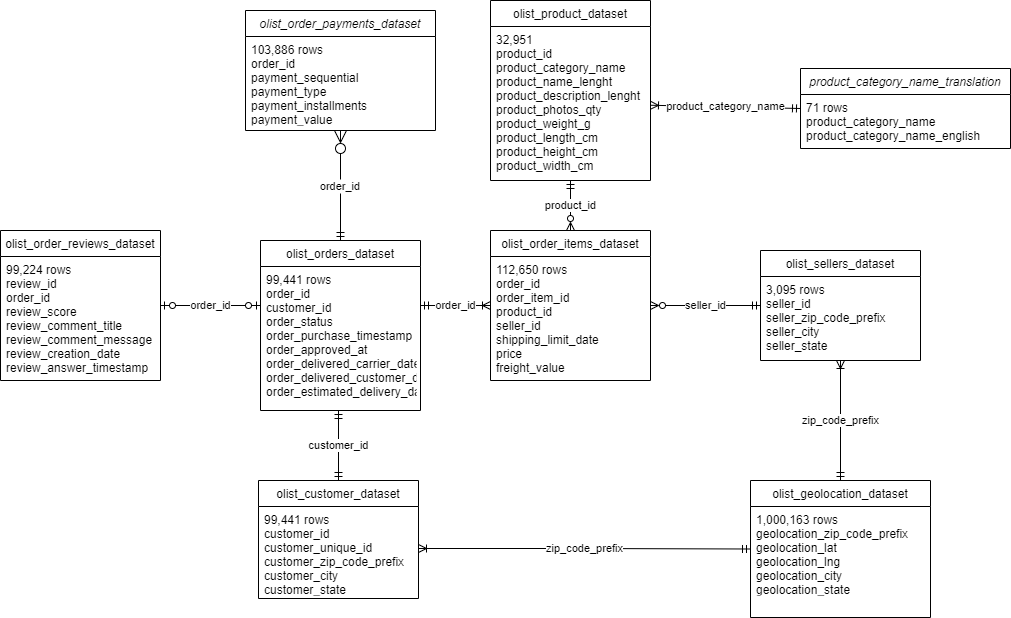
Before: image/er.png, a diagram exported from draw.io (csanry/dsb). Source tidied: cells renumbered, new cells last; positions are measured from the earlier drawing's top-left corner, leaving out a move shared by most shapes.
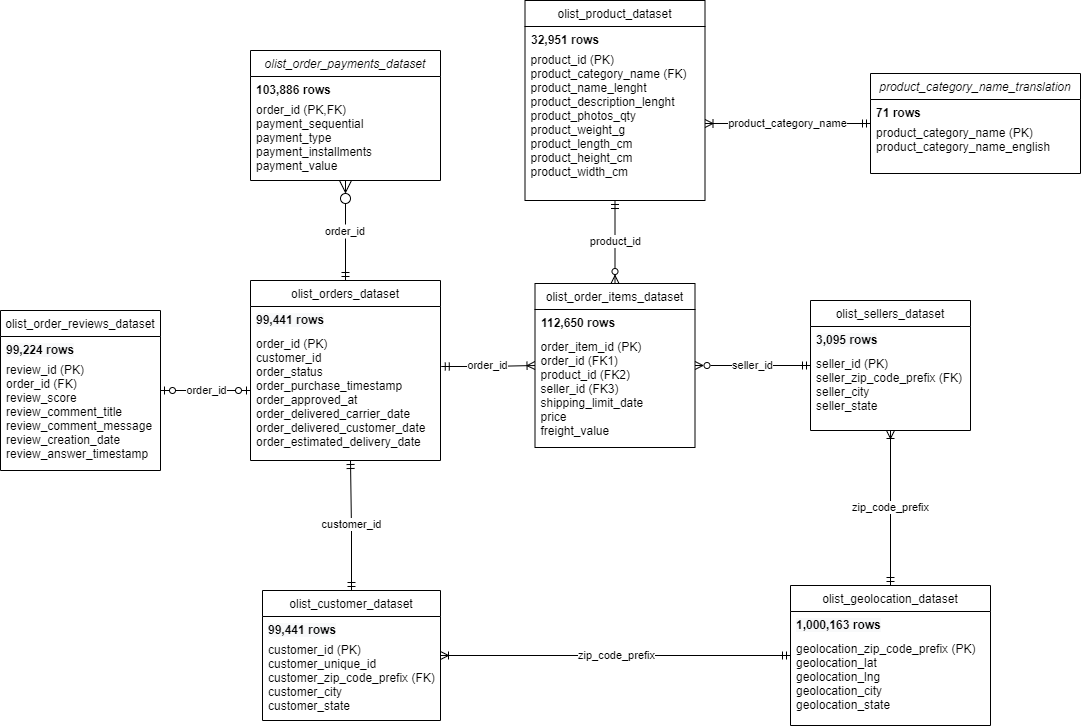
The same file after the commit.

Commit message:
add proposal and update er diagram

The edit, as a diff of the source:
```diff
@@ -3,16 +3,22 @@
     <mxCell id="0" />
     <mxCell id="1" parent="0" />
     <mxCell id="2" value="olist_order_payments_dataset" style="swimlane;fontStyle=2;align=center;verticalAlign=top;horizontal=1;startSize=26;rounded=0;shadow=0;strokeWidth=1;" parent="1" vertex="1">
-      <mxGeometry x="245" y="10" width="190" height="120" as="geometry" />
+      <mxGeometry x="260" y="10" width="190" height="130" as="geometry" />
     </mxCell>
+    <mxCell id="30" value="103,886 rows" style="text;whiteSpace=wrap;html=1;spacingLeft=4;spacingRight=4;fontStyle=1;" parent="2" vertex="1">
+      <mxGeometry y="26" width="190" height="20" as="geometry" />
+    </mxCell>
-    <mxCell id="3" value="103,886 rows&#10;order_id&#10;payment_sequential&#10;payment_type&#10;payment_installments&#10;payment_value&#10; " style="text;align=left;verticalAlign=top;spacingLeft=4;spacingRight=4;overflow=hidden;fontStyle=0;" parent="2" vertex="1">
-      <mxGeometry y="26" width="190" height="84" as="geometry" />
+    <mxCell id="3" value="order_id (PK,FK)&#10;payment_sequential&#10;payment_type&#10;payment_installments&#10;payment_value&#10; " style="text;align=left;verticalAlign=top;spacingLeft=4;spacingRight=4;overflow=hidden;fontStyle=0;" parent="2" vertex="1">
+      <mxGeometry y="46" width="190" height="84" as="geometry" />
     </mxCell>
     <mxCell id="4" value="olist_orders_dataset" style="swimlane;fontStyle=0;align=center;verticalAlign=top;horizontal=1;startSize=26;rounded=0;shadow=0;strokeWidth=1;" parent="1" vertex="1">
-      <mxGeometry x="260" y="240" width="160" height="170" as="geometry" />
+      <mxGeometry x="260" y="240" width="190" height="180" as="geometry" />
     </mxCell>
+    <mxCell id="31" value="&lt;span style=&quot;color: rgb(0, 0, 0); font-family: Helvetica; font-size: 12px; font-style: normal; font-variant-ligatures: normal; font-variant-caps: normal; letter-spacing: normal; orphans: 2; text-align: left; text-indent: 0px; text-transform: none; widows: 2; word-spacing: 0px; -webkit-text-stroke-width: 0px; background-color: rgb(248, 249, 250); text-decoration-thickness: initial; text-decoration-style: initial; text-decoration-color: initial; float: none; display: inline !important;&quot;&gt;99,441 rows&lt;/span&gt;" style="text;whiteSpace=wrap;html=1;fontStyle=1;spacingLeft=4;spacingRight=4;" parent="4" vertex="1">
+      <mxGeometry y="26" width="190" height="24" as="geometry" />
+    </mxCell>
-    <mxCell id="5" value="99,441 rows&#10;order_id&#10;customer_id&#10;order_status&#10;order_purchase_timestamp&#10;order_approved_at&#10;order_delivered_carrier_date&#10;order_delivered_customer_date&#10;order_estimated_delivery_date&#10; " style="text;align=left;verticalAlign=top;spacingLeft=4;spacingRight=4;overflow=hidden;points=[[0,0.5],[1,0.5]];portConstraint=eastwest;" parent="4" vertex="1">
-      <mxGeometry y="26" width="160" height="144" as="geometry" />
+    <mxCell id="5" value="order_id (PK)&#10;customer_id&#10;order_status&#10;order_purchase_timestamp&#10;order_approved_at&#10;order_delivered_carrier_date&#10;order_delivered_customer_date&#10;order_estimated_delivery_date&#10; " style="text;align=left;verticalAlign=top;spacingLeft=4;spacingRight=4;overflow=hidden;points=[[0,0.5],[1,0.5]];portConstraint=eastwest;" parent="4" vertex="1">
+      <mxGeometry y="50" width="190" height="120" as="geometry" />
     </mxCell>
     <mxCell id="6" value="order_id" style="endArrow=ERzeroToMany;endSize=10;endFill=0;shadow=0;strokeWidth=1;rounded=0;edgeStyle=elbowEdgeStyle;elbow=vertical;startArrow=ERmandOne;startFill=0;" parent="1" edge="1" source="4" target="2">
       <mxGeometry relative="1" as="geometry" />
@@ -21,76 +27,95 @@
       <mxGeometry relative="1" as="geometry" />
     </mxCell>
     <mxCell id="8" value="olist_order_items_dataset" style="swimlane;fontStyle=0;align=center;verticalAlign=top;horizontal=1;startSize=26;rounded=0;shadow=0;strokeWidth=1;" parent="1" vertex="1">
-      <mxGeometry x="490" y="230" width="160" height="150" as="geometry" />
+      <mxGeometry x="544.5" y="243" width="160" height="164" as="geometry" />
     </mxCell>
+    <mxCell id="32" value="112,650 rows" style="text;whiteSpace=wrap;html=1;fontStyle=1;spacingLeft=4;spacingRight=4;" parent="8" vertex="1">
+      <mxGeometry y="26" width="160" height="24" as="geometry" />
+    </mxCell>
-    <mxCell id="9" value="112,650 rows&#10;order_id&#10;order_item_id&#10;product_id&#10;seller_id&#10;shipping_limit_date&#10;price&#10;freight_value&#10; " style="text;align=left;verticalAlign=top;spacingLeft=4;spacingRight=4;overflow=hidden;" parent="8" vertex="1">
-      <mxGeometry y="26" width="160" height="114" as="geometry" />
+    <mxCell id="9" value="order_item_id (PK)&#10;order_id (FK1)&#10;product_id (FK2)&#10;seller_id (FK3)&#10;shipping_limit_date&#10;price&#10;freight_value&#10; " style="text;align=left;verticalAlign=top;spacingLeft=4;spacingRight=4;overflow=hidden;" parent="8" vertex="1">
+      <mxGeometry y="50" width="160" height="114" as="geometry" />
     </mxCell>
     <mxCell id="10" value="product_id" style="edgeStyle=orthogonalEdgeStyle;rounded=0;jettySize=auto;html=1;entryX=0.5;entryY=0;entryDx=0;entryDy=0;startArrow=ERmandOne;startFill=0;endArrow=ERzeroToMany;endFill=0;" parent="1" edge="1" source="11" target="8">
       <mxGeometry relative="1" as="geometry" />
     </mxCell>
     <mxCell id="11" value="olist_product_dataset" style="swimlane;fontStyle=0;align=center;verticalAlign=top;horizontal=1;startSize=26;rounded=0;shadow=0;strokeWidth=1;" parent="1" vertex="1">
-      <mxGeometry x="490" width="160" height="180" as="geometry" />
+      <mxGeometry x="534.5" y="-40" width="180" height="200" as="geometry" />
     </mxCell>
+    <mxCell id="33" value="32,951&amp;nbsp;rows" style="text;whiteSpace=wrap;html=1;spacingLeft=4;spacingRight=4;fontStyle=1;" parent="11" vertex="1">
+      <mxGeometry y="26" width="180" height="20" as="geometry" />
+    </mxCell>
-    <mxCell id="12" value="32,951&#10;product_id&#10;product_category_name&#10;product_name_lenght&#10;product_description_lenght&#10;product_photos_qty&#10;product_weight_g&#10;product_length_cm&#10;product_height_cm&#10;product_width_cm&#10; " style="text;align=left;verticalAlign=top;spacingLeft=4;spacingRight=4;overflow=hidden;points=[[0,0.5],[1,0.5]];portConstraint=eastwest;rounded=0;shadow=0;html=0;" parent="11" vertex="1">
-      <mxGeometry y="26" width="160" height="154" as="geometry" />
+    <mxCell id="12" value="product_id (PK)&#10;product_category_name (FK)&#10;product_name_lenght&#10;product_description_lenght&#10;product_photos_qty&#10;product_weight_g&#10;product_length_cm&#10;product_height_cm&#10;product_width_cm&#10; " style="text;align=left;verticalAlign=top;spacingLeft=4;spacingRight=4;overflow=hidden;points=[[0,0.5],[1,0.5]];portConstraint=eastwest;rounded=0;shadow=0;html=0;" parent="11" vertex="1">
+      <mxGeometry y="46" width="180" height="154" as="geometry" />
     </mxCell>
     <mxCell id="13" value="zip_code_prefix" style="edgeStyle=orthogonalEdgeStyle;rounded=0;jettySize=auto;html=1;endArrow=ERmandOne;endFill=0;startArrow=ERoneToMany;startFill=0;" parent="1" edge="1" source="14" target="16">
       <mxGeometry relative="1" as="geometry" />
     </mxCell>
     <mxCell id="14" value="olist_sellers_dataset" style="swimlane;fontStyle=0;align=center;verticalAlign=top;horizontal=1;startSize=26;rounded=0;shadow=0;strokeWidth=1;" parent="1" vertex="1">
-      <mxGeometry x="760" y="250" width="160" height="110" as="geometry" />
+      <mxGeometry x="820" y="260" width="160" height="130" as="geometry" />
     </mxCell>
+    <mxCell id="34" value="&lt;span style=&quot;color: rgb(0, 0, 0); font-family: Helvetica; font-size: 12px; font-style: normal; font-variant-ligatures: normal; font-variant-caps: normal; letter-spacing: normal; orphans: 2; text-align: left; text-indent: 0px; text-transform: none; widows: 2; word-spacing: 0px; -webkit-text-stroke-width: 0px; background-color: rgb(248, 249, 250); text-decoration-thickness: initial; text-decoration-style: initial; text-decoration-color: initial; float: none; display: inline !important;&quot;&gt;3,095 rows&lt;/span&gt;" style="text;whiteSpace=wrap;html=1;fontStyle=1;spacingLeft=4;spacingRight=4;" parent="14" vertex="1">
+      <mxGeometry y="26" width="160" height="24" as="geometry" />
+    </mxCell>
-    <mxCell id="15" value="3,095 rows&#10;seller_id&#10;seller_zip_code_prefix&#10;seller_city&#10;seller_state&#10; " style="text;align=left;verticalAlign=top;spacingLeft=4;spacingRight=4;overflow=hidden;" parent="14" vertex="1">
-      <mxGeometry y="26" width="160" height="74" as="geometry" />
+    <mxCell id="15" value="seller_id (PK)&#10;seller_zip_code_prefix (FK)&#10;seller_city&#10;seller_state&#10; " style="text;align=left;verticalAlign=top;spacingLeft=4;spacingRight=4;overflow=hidden;" parent="14" vertex="1">
+      <mxGeometry y="50" width="160" height="74" as="geometry" />
     </mxCell>
     <mxCell id="16" value="olist_geolocation_dataset" style="swimlane;fontStyle=0;align=center;verticalAlign=top;horizontal=1;startSize=26;rounded=0;shadow=0;strokeWidth=1;" parent="1" vertex="1">
-      <mxGeometry x="750" y="480" width="180" height="137" as="geometry" />
+      <mxGeometry x="800" y="545" width="200" height="140" as="geometry" />
     </mxCell>
+    <mxCell id="35" value="&lt;span style=&quot;color: rgb(0, 0, 0); font-family: Helvetica; font-size: 12px; font-style: normal; font-variant-ligatures: normal; font-variant-caps: normal; letter-spacing: normal; orphans: 2; text-align: left; text-indent: 0px; text-transform: none; widows: 2; word-spacing: 0px; -webkit-text-stroke-width: 0px; background-color: rgb(248, 249, 250); text-decoration-thickness: initial; text-decoration-style: initial; text-decoration-color: initial; float: none; display: inline !important;&quot;&gt;1,000,163 rows&lt;/span&gt;" style="text;whiteSpace=wrap;html=1;fontSize=12;fontFamily=Helvetica;fontColor=default;fontStyle=1;spacingLeft=4;spacingRight=4;" parent="16" vertex="1">
+      <mxGeometry y="26" width="200" height="24" as="geometry" />
+    </mxCell>
-    <mxCell id="17" value="1,000,163 rows&#10;geolocation_zip_code_prefix&#10;geolocation_lat&#10;geolocation_lng&#10;geolocation_city&#10;geolocation_state&#10; " style="text;align=left;verticalAlign=top;spacingLeft=4;spacingRight=4;overflow=hidden;" parent="16" vertex="1">
-      <mxGeometry y="26" width="180" height="84" as="geometry" />
+    <mxCell id="17" value="geolocation_zip_code_prefix (PK)&#10;geolocation_lat&#10;geolocation_lng&#10;geolocation_city&#10;geolocation_state&#10; " style="text;align=left;verticalAlign=top;spacingLeft=4;spacingRight=4;overflow=hidden;" parent="16" vertex="1">
+      <mxGeometry y="50" width="200" height="84" as="geometry" />
     </mxCell>
     <mxCell id="18" value="customer_id" style="edgeStyle=orthogonalEdgeStyle;rounded=0;jettySize=auto;html=1;exitX=0.5;exitY=0;exitDx=0;exitDy=0;startArrow=ERmandOne;startFill=0;endArrow=ERmandOne;endFill=0;" parent="1" edge="1" source="19">
       <mxGeometry relative="1" as="geometry">
-        <mxPoint x="338" y="410" as="targetPoint" />
+        <mxPoint x="360" y="420" as="targetPoint" />
         <Array as="points">
-          <mxPoint x="338" y="450" />
+          <mxPoint x="361" y="490" />
+          <mxPoint x="360" y="490" />
+          <mxPoint x="360" y="420" />
         </Array>
       </mxGeometry>
     </mxCell>
     <mxCell id="19" value="olist_customer_dataset" style="swimlane;fontStyle=0;align=center;verticalAlign=top;horizontal=1;startSize=26;rounded=0;shadow=0;strokeWidth=1;" parent="1" vertex="1">
-      <mxGeometry x="258" y="480" width="160" height="118" as="geometry" />
+      <mxGeometry x="272" y="550" width="178" height="130" as="geometry" />
     </mxCell>
+    <mxCell id="36" value="&lt;span style=&quot;color: rgb(0, 0, 0); font-family: Helvetica; font-size: 12px; font-style: normal; font-variant-ligatures: normal; font-variant-caps: normal; letter-spacing: normal; orphans: 2; text-align: left; text-indent: 0px; text-transform: none; widows: 2; word-spacing: 0px; -webkit-text-stroke-width: 0px; background-color: rgb(248, 249, 250); text-decoration-thickness: initial; text-decoration-style: initial; text-decoration-color: initial; float: none; display: inline !important;&quot;&gt;99,441 rows&lt;/span&gt;" style="text;whiteSpace=wrap;html=1;spacingLeft=4;spacingRight=4;fontStyle=1;" parent="19" vertex="1">
+      <mxGeometry y="26" width="178" height="20" as="geometry" />
+    </mxCell>
-    <mxCell id="20" value="99,441 rows&#10;customer_id&#10;customer_unique_id&#10;customer_zip_code_prefix&#10;customer_city&#10;customer_state&#10; " style="text;align=left;verticalAlign=top;spacingLeft=4;spacingRight=4;overflow=hidden;points=[[0,0.5],[1,0.5]];portConstraint=eastwest;" parent="19" vertex="1">
-      <mxGeometry y="26" width="160" height="84" as="geometry" />
+    <mxCell id="20" value="customer_id (PK)&#10;customer_unique_id&#10;customer_zip_code_prefix (FK)&#10;customer_city&#10;customer_state&#10; " style="text;align=left;verticalAlign=top;spacingLeft=4;spacingRight=4;overflow=hidden;points=[[0,0.5],[1,0.5]];portConstraint=eastwest;" parent="19" vertex="1">
+      <mxGeometry y="46" width="178" height="84" as="geometry" />
     </mxCell>
     <mxCell id="21" value="olist_order_reviews_dataset" style="swimlane;fontStyle=0;align=center;verticalAlign=top;horizontal=1;startSize=26;rounded=0;shadow=0;strokeWidth=1;" parent="1" vertex="1">
-      <mxGeometry y="230" width="160" height="150" as="geometry" />
+      <mxGeometry x="10" y="270" width="160" height="160" as="geometry" />
     </mxCell>
+    <mxCell id="37" value="&lt;span style=&quot;color: rgb(0, 0, 0); font-family: Helvetica; font-size: 12px; font-style: normal; font-variant-ligatures: normal; font-variant-caps: normal; letter-spacing: normal; orphans: 2; text-align: left; text-indent: 0px; text-transform: none; widows: 2; word-spacing: 0px; -webkit-text-stroke-width: 0px; background-color: rgb(248, 249, 250); text-decoration-thickness: initial; text-decoration-style: initial; text-decoration-color: initial; float: none; display: inline !important;&quot;&gt;99,224 rows&lt;/span&gt;" style="text;whiteSpace=wrap;html=1;spacingLeft=4;spacingRight=4;fontStyle=1;" parent="21" vertex="1">
+      <mxGeometry y="26" width="160" height="20" as="geometry" />
+    </mxCell>
-    <mxCell id="22" value="99,224 rows&#10;review_id&#10;order_id&#10;review_score&#10;review_comment_title&#10;review_comment_message&#10;review_creation_date&#10;review_answer_timestamp&#10; &#10; &#10;  &#10; " style="text;align=left;verticalAlign=top;spacingLeft=4;spacingRight=4;overflow=hidden;" parent="21" vertex="1">
-      <mxGeometry y="26" width="160" height="124" as="geometry" />
+    <mxCell id="22" value="review_id (PK)&#10;order_id (FK)&#10;review_score&#10;review_comment_title&#10;review_comment_message&#10;review_creation_date&#10;review_answer_timestamp&#10; " style="text;align=left;verticalAlign=top;spacingLeft=4;spacingRight=4;overflow=hidden;" parent="21" vertex="1">
+      <mxGeometry y="46" width="160" height="104" as="geometry" />
     </mxCell>
-    <mxCell id="23" value="order_id" style="rounded=0;jettySize=auto;html=1;exitX=1;exitY=0.5;exitDx=0;exitDy=0;entryX=0;entryY=0.5;entryDx=0;entryDy=0;endArrow=ERzeroToOne;endFill=0;startArrow=ERzeroToOne;startFill=0;" parent="1" edge="1" source="21">
-      <mxGeometry relative="1" as="geometry">
-        <mxPoint x="260" y="305" as="targetPoint" />
-      </mxGeometry>
+    <mxCell id="23" value="order_id" style="rounded=0;jettySize=auto;html=1;exitX=1;exitY=0.5;exitDx=0;exitDy=0;entryX=0;entryY=0.5;entryDx=0;entryDy=0;endArrow=ERzeroToOne;endFill=0;startArrow=ERzeroToOne;startFill=0;" parent="1" edge="1" source="21" target="5">
+      <mxGeometry relative="1" as="geometry" />
     </mxCell>
-    <mxCell id="24" value="order_id" style="edgeStyle=orthogonalEdgeStyle;rounded=0;jettySize=auto;html=1;exitX=1;exitY=0.5;exitDx=0;exitDy=0;entryX=0;entryY=0.5;entryDx=0;entryDy=0;endArrow=ERoneToMany;endFill=0;startArrow=ERmandOne;startFill=0;" parent="1" edge="1" target="8">
-      <mxGeometry relative="1" as="geometry">
-        <mxPoint x="420" y="305" as="sourcePoint" />
-      </mxGeometry>
+    <mxCell id="24" value="order_id" style="edgeStyle=orthogonalEdgeStyle;rounded=0;jettySize=auto;html=1;exitX=1.004;exitY=0.3;exitDx=0;exitDy=0;entryX=0;entryY=0.5;entryDx=0;entryDy=0;endArrow=ERoneToMany;endFill=0;startArrow=ERmandOne;startFill=0;exitPerimeter=0;" parent="1" edge="1" source="5" target="8">
+      <mxGeometry relative="1" as="geometry" />
     </mxCell>
-    <mxCell id="25" value="zip_code_prefix" style="edgeStyle=orthogonalEdgeStyle;rounded=0;jettySize=auto;html=1;entryX=0;entryY=0.5;entryDx=0;entryDy=0;startArrow=ERoneToMany;startFill=0;endArrow=ERmandOne;endFill=0;" parent="1" edge="1" source="20" target="16">
+    <mxCell id="25" value="zip_code_prefix" style="edgeStyle=orthogonalEdgeStyle;rounded=0;jettySize=auto;html=1;entryX=0;entryY=0.5;entryDx=0;entryDy=0;startArrow=ERoneToMany;startFill=0;endArrow=ERmandOne;endFill=0;exitX=1;exitY=0.5;exitDx=0;exitDy=0;" parent="1" edge="1" source="19" target="16">
       <mxGeometry relative="1" as="geometry" />
     </mxCell>
     <mxCell id="26" style="edgeStyle=none;rounded=0;orthogonalLoop=1;jettySize=auto;html=1;exitX=0.5;exitY=0;exitDx=0;exitDy=0;" parent="1" edge="1" source="21" target="21">
       <mxGeometry relative="1" as="geometry" />
     </mxCell>
     <mxCell id="27" value="product_category_name_translation" style="swimlane;fontStyle=2;align=center;verticalAlign=top;horizontal=1;startSize=26;rounded=0;shadow=0;strokeWidth=1;" parent="1" vertex="1">
-      <mxGeometry x="800" y="68" width="210" height="80" as="geometry" />
+      <mxGeometry x="880" y="33" width="210" height="100" as="geometry" />
     </mxCell>
+    <mxCell id="38" value="71 rows" style="text;whiteSpace=wrap;html=1;spacingLeft=4;spacingRight=4;fontStyle=1;" parent="27" vertex="1">
+      <mxGeometry y="26" width="210" height="20" as="geometry" />
+    </mxCell>
-    <mxCell id="28" value="71 rows&#10;product_category_name&#10;product_category_name_english " style="text;align=left;verticalAlign=top;spacingLeft=4;spacingRight=4;overflow=hidden;fontStyle=0;" parent="27" vertex="1">
-      <mxGeometry y="26" width="210" height="54" as="geometry" />
+    <mxCell id="28" value="product_category_name (PK)&#10;product_category_name_english " style="text;align=left;verticalAlign=top;spacingLeft=4;spacingRight=4;overflow=hidden;fontStyle=0;" parent="27" vertex="1">
+      <mxGeometry y="46" width="210" height="54" as="geometry" />
     </mxCell>
     <mxCell id="29" value="product_category_name" style="edgeStyle=none;rounded=0;jettySize=auto;html=1;entryX=0;entryY=0.5;entryDx=0;entryDy=0;endArrow=ERmandOne;endFill=0;startArrow=ERoneToMany;startFill=0;" parent="1" edge="1" source="12" target="27">
       <mxGeometry relative="1" as="geometry" />
```
